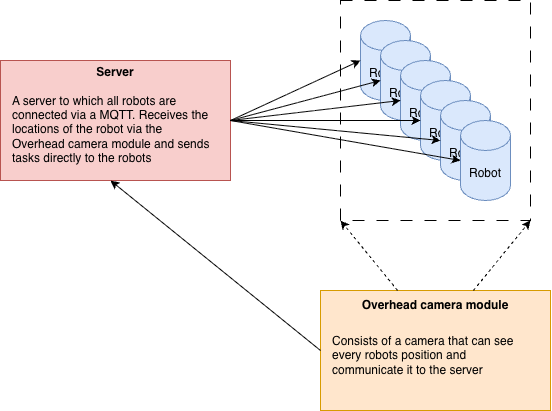
The draw.io diagram Software/Ontwerpen/Architecture.drawio.png in kvanderknijff/AutonomousSystems, before a commit. Source tidied: cells renumbered, new cells last; positions are measured from the earlier drawing's top-left corner, leaving out a move shared by most shapes. Its diagram source:
```xml
<mxGraphModel>
  <root>
    <mxCell id="0" />
    <mxCell id="1" parent="0" />
    <mxCell id="2" style="rounded=0;whiteSpace=wrap;html=1;fillColor=none;dashed=1;dashPattern=12 12;" parent="1" vertex="1">
      <mxGeometry x="340" width="190" height="220" as="geometry" />
    </mxCell>
    <mxCell id="3" value="Robot" style="shape=cylinder3;whiteSpace=wrap;html=1;boundedLbl=1;backgroundOutline=1;size=15;fillColor=#dae8fc;strokeColor=#6c8ebf;" parent="1" vertex="1">
      <mxGeometry x="360" y="20" width="50" height="80" as="geometry" />
    </mxCell>
    <mxCell id="4" value="Robot" style="shape=cylinder3;whiteSpace=wrap;html=1;boundedLbl=1;backgroundOutline=1;size=15;fillColor=#dae8fc;strokeColor=#6c8ebf;" parent="1" vertex="1">
      <mxGeometry x="380" y="40" width="50" height="80" as="geometry" />
    </mxCell>
    <mxCell id="5" value="Robot" style="shape=cylinder3;whiteSpace=wrap;html=1;boundedLbl=1;backgroundOutline=1;size=15;fillColor=#dae8fc;strokeColor=#6c8ebf;" parent="1" vertex="1">
      <mxGeometry x="400" y="60" width="50" height="80" as="geometry" />
    </mxCell>
    <mxCell id="6" value="Robot" style="shape=cylinder3;whiteSpace=wrap;html=1;boundedLbl=1;backgroundOutline=1;size=15;fillColor=#dae8fc;strokeColor=#6c8ebf;" parent="1" vertex="1">
      <mxGeometry x="420" y="80" width="50" height="80" as="geometry" />
    </mxCell>
    <mxCell id="7" value="Robot" style="shape=cylinder3;whiteSpace=wrap;html=1;boundedLbl=1;backgroundOutline=1;size=15;fillColor=#dae8fc;strokeColor=#6c8ebf;" parent="1" vertex="1">
      <mxGeometry x="440" y="100" width="50" height="80" as="geometry" />
    </mxCell>
    <mxCell id="8" value="Robot" style="shape=cylinder3;whiteSpace=wrap;html=1;boundedLbl=1;backgroundOutline=1;size=15;fillColor=#dae8fc;strokeColor=#6c8ebf;" parent="1" vertex="1">
      <mxGeometry x="460" y="120" width="50" height="80" as="geometry" />
    </mxCell>
    <mxCell id="9" style="group;fillColor=#ffe6cc;strokeColor=#d79b00;" parent="1" vertex="1">
      <mxGeometry x="320" y="290" width="230" height="120" as="geometry" />
    </mxCell>
    <mxCell id="10" style="rounded=0;whiteSpace=wrap;html=1;fillColor=#ffe6cc;strokeColor=#d79b00;" parent="9" vertex="1">
      <mxGeometry width="230" height="120" as="geometry" />
    </mxCell>
    <mxCell id="11" value="&lt;b&gt;Overhead camera module&lt;/b&gt;" style="text;html=1;whiteSpace=wrap;strokeColor=none;fillColor=none;align=center;verticalAlign=middle;rounded=0;" parent="9" vertex="1">
      <mxGeometry x="39.1" width="151.7" height="30" as="geometry" />
    </mxCell>
    <mxCell id="12" value="&lt;div style=&quot;&quot;&gt;&lt;span style=&quot;background-color: transparent; color: light-dark(rgb(0, 0, 0), rgb(255, 255, 255));&quot;&gt;Consists of a camera that can see every robots position and communicate it to the server&lt;/span&gt;&lt;/div&gt;" style="text;html=1;whiteSpace=wrap;strokeColor=none;fillColor=none;align=left;verticalAlign=middle;rounded=0;" parent="9" vertex="1">
      <mxGeometry x="10" y="30" width="210" height="70" as="geometry" />
    </mxCell>
    <mxCell id="13" style="group;fillColor=#f8cecc;strokeColor=#b85450;" parent="1" vertex="1">
      <mxGeometry y="60" width="230" height="120" as="geometry" />
    </mxCell>
    <mxCell id="14" value="&lt;b&gt;Server&lt;/b&gt;" style="text;html=1;whiteSpace=wrap;strokeColor=none;fillColor=none;align=center;verticalAlign=middle;rounded=0;" parent="13" vertex="1">
      <mxGeometry x="85" width="60" height="24" as="geometry" />
    </mxCell>
    <mxCell id="15" value="A server to which all robots are connected via a MQTT. Receives the locations of the robot via the Overhead camera module and sends tasks directly to the robots" style="text;html=1;whiteSpace=wrap;strokeColor=none;fillColor=none;align=left;verticalAlign=middle;rounded=0;" parent="13" vertex="1">
      <mxGeometry x="10" y="28" width="200" height="82" as="geometry" />
    </mxCell>
    <mxCell id="16" style="endArrow=classic;html=1;rounded=0;entryX=0;entryY=0.5;entryDx=0;entryDy=0;entryPerimeter=0;" parent="1" edge="1" target="3">
      <mxGeometry relative="1" as="geometry">
        <mxPoint x="230" y="120" as="sourcePoint" />
      </mxGeometry>
    </mxCell>
    <mxCell id="17" style="endArrow=classic;html=1;rounded=0;entryX=0;entryY=0.5;entryDx=0;entryDy=0;entryPerimeter=0;" parent="1" edge="1" target="8">
      <mxGeometry relative="1" as="geometry">
        <mxPoint x="230" y="120" as="sourcePoint" />
      </mxGeometry>
    </mxCell>
    <mxCell id="18" style="endArrow=classic;html=1;rounded=0;entryX=0;entryY=0.5;entryDx=0;entryDy=0;entryPerimeter=0;" parent="1" edge="1" target="7">
      <mxGeometry relative="1" as="geometry">
        <mxPoint x="230" y="120" as="sourcePoint" />
      </mxGeometry>
    </mxCell>
    <mxCell id="19" style="endArrow=classic;html=1;rounded=0;entryX=0;entryY=0.5;entryDx=0;entryDy=0;entryPerimeter=0;" parent="1" edge="1" target="6">
      <mxGeometry relative="1" as="geometry">
        <mxPoint x="230" y="120" as="sourcePoint" />
      </mxGeometry>
    </mxCell>
    <mxCell id="20" style="endArrow=classic;html=1;rounded=0;entryX=0;entryY=0.5;entryDx=0;entryDy=0;entryPerimeter=0;" parent="1" edge="1" target="4">
      <mxGeometry relative="1" as="geometry">
        <mxPoint x="230" y="120" as="sourcePoint" />
      </mxGeometry>
    </mxCell>
    <mxCell id="21" style="endArrow=classic;html=1;rounded=0;entryX=0;entryY=0.5;entryDx=0;entryDy=0;entryPerimeter=0;" parent="1" edge="1" target="5">
      <mxGeometry relative="1" as="geometry">
        <mxPoint x="230" y="120" as="sourcePoint" />
      </mxGeometry>
    </mxCell>
    <mxCell id="22" style="endArrow=classic;html=1;rounded=0;dashed=1;exitX=0.25;exitY=0;exitDx=0;exitDy=0;entryX=0;entryY=1;entryDx=0;entryDy=0;" parent="1" edge="1" source="11" target="2">
      <mxGeometry relative="1" as="geometry" />
    </mxCell>
    <mxCell id="23" style="endArrow=classic;html=1;rounded=0;dashed=1;exitX=0.75;exitY=0;exitDx=0;exitDy=0;entryX=1;entryY=1;entryDx=0;entryDy=0;" parent="1" edge="1" source="11" target="2">
      <mxGeometry relative="1" as="geometry" />
    </mxCell>
    <mxCell id="24" style="endArrow=classic;html=1;rounded=0;exitX=0;exitY=0.5;exitDx=0;exitDy=0;" parent="1" edge="1" source="10">
      <mxGeometry relative="1" as="geometry">
        <mxPoint x="110" y="180" as="targetPoint" />
      </mxGeometry>
    </mxCell>
  </root>
</mxGraphModel>
```
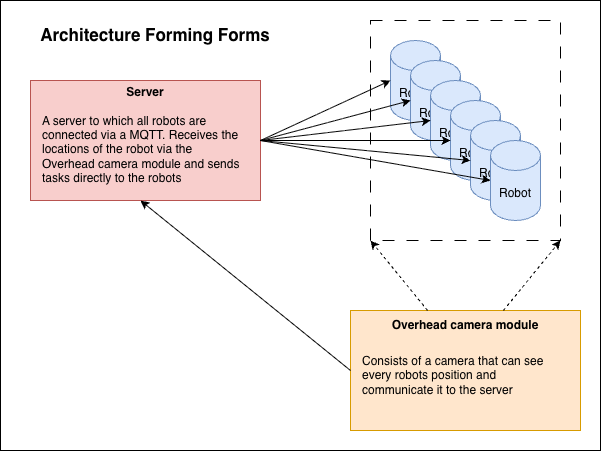
The same diagram one commit later.

Commit message:
Architecture aangepast

What changed in the source:
```diff
@@ -2,6 +2,9 @@
   <root>
     <mxCell id="0" />
     <mxCell id="1" parent="0" />
+    <mxCell id="25" style="rounded=0;whiteSpace=wrap;html=1;fillColor=none;" parent="1" vertex="1">
+      <mxGeometry x="-30" y="-20" width="600" height="450" as="geometry" />
+    </mxCell>
     <mxCell id="2" style="rounded=0;whiteSpace=wrap;html=1;fillColor=none;dashed=1;dashPattern=12 12;" parent="1" vertex="1">
       <mxGeometry x="340" width="190" height="220" as="geometry" />
     </mxCell>
@@ -85,5 +88,8 @@
         <mxPoint x="110" y="180" as="targetPoint" />
       </mxGeometry>
     </mxCell>
+    <mxCell id="26" value="Architecture Forming Forms" style="text;html=1;whiteSpace=wrap;strokeColor=none;fillColor=none;align=center;verticalAlign=middle;rounded=0;fontStyle=1;fontSize=17;" parent="1" vertex="1">
+      <mxGeometry x="-20" width="290" height="30" as="geometry" />
+    </mxCell>
   </root>
 </mxGraphModel>
```
